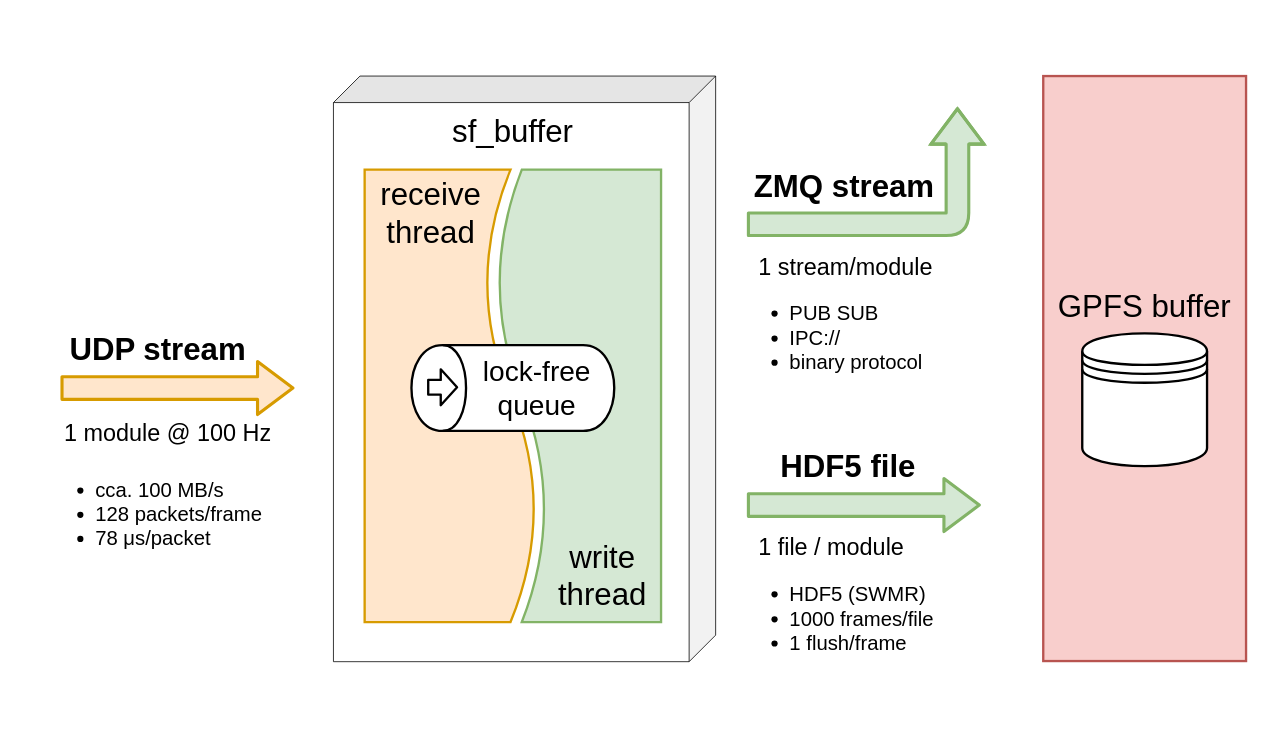
paulscherrerinstitute/sf_daq_buffer keeps this draw.io diagram as page "sf_buffer" (2 of 6) of docs/sf_daq_buffer.drawio. Above is the earlier version. Source tidied: cells renumbered, new cells numbered last; positions are measured from the earlier drawing's top-left corner, leaving out a move shared by most shapes. Both pictures are drawn from the tidied source at 78%, with x=0, y=0 at pixel (13, 13).
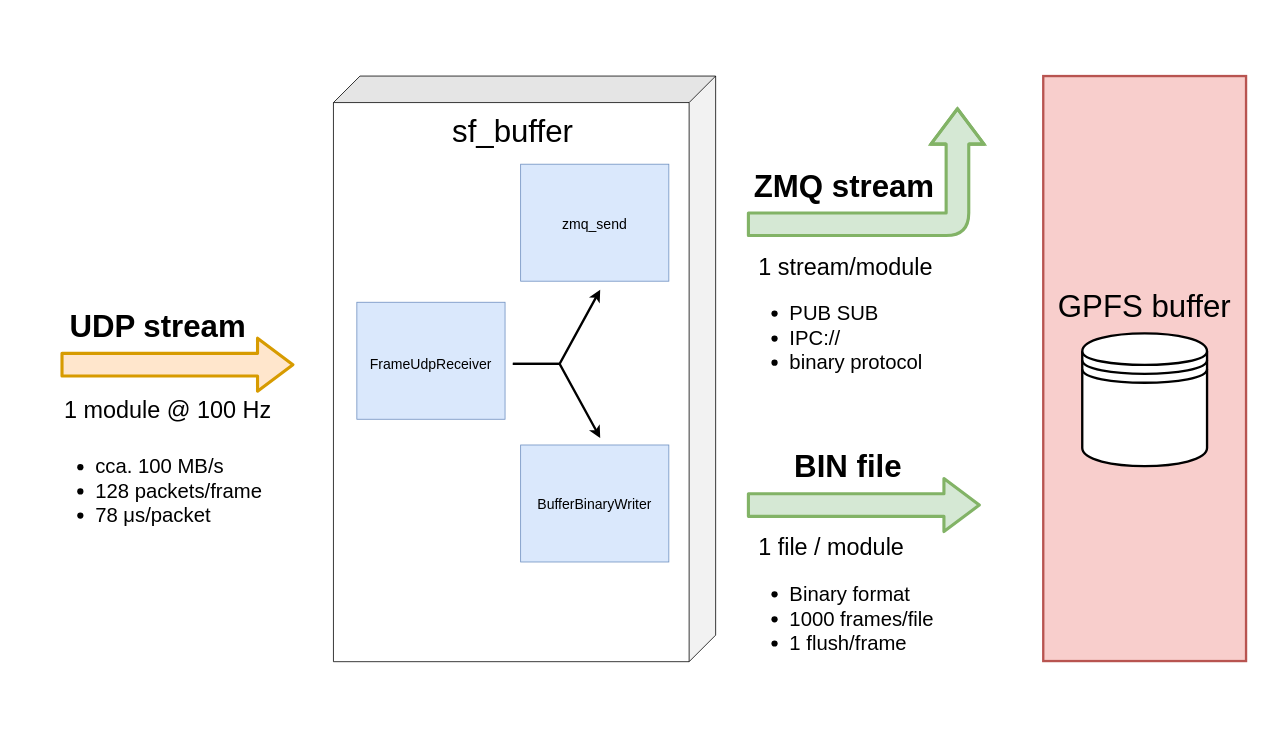
After the change.

Commit message (it also covers changes not shown here):
Update README.md with overview diagram

Unchanged cells that the change refers to:
```xml
<mxCell id="16" style="group;" parent="1" vertex="1">
  <mxGeometry x="940" y="550" width="310" height="300" as="geometry" />
</mxCell>
```

The edit, as a diff of the source:
```diff
@@
-    <mxCell id="4" style="shape=document;whiteSpace=wrap;html=1;boundedLbl=1;strokeWidth=3;fontSize=40;fillColor=#ffe6cc;strokeColor=#d79b00;direction=north;" parent="1" vertex="1">
-      <mxGeometry x="450" y="200" width="220" height="580" as="geometry" />
-    </mxCell>
-    <mxCell id="5" style="shape=document;whiteSpace=wrap;html=1;boundedLbl=1;strokeWidth=3;fontSize=40;rotation=180;fillColor=#d5e8d4;strokeColor=#82b366;direction=north;" parent="1" vertex="1">
-      <mxGeometry x="620" y="200" width="210" height="580" as="geometry" />
-    </mxCell>
@@
     <mxCell id="12" style="group;" parent="1" vertex="1">
-      <mxGeometry x="60" y="400" width="300" height="290" as="geometry" />
+      <mxGeometry x="60" y="370" width="300" height="290" as="geometry" />
     </mxCell>
@@
-    <mxCell id="18" value="HDF5 file" style="text;html=1;strokeColor=none;fillColor=none;align=center;verticalAlign=middle;whiteSpace=wrap;rounded=0;fontSize=40;fontStyle=1;" parent="16" vertex="1">
+    <mxCell id="18" value="BIN file" style="text;html=1;strokeColor=none;fillColor=none;align=center;verticalAlign=middle;whiteSpace=wrap;rounded=0;fontSize=40;fontStyle=1;" parent="16" vertex="1">
       <mxGeometry x="20" y="10" width="220" height="40" as="geometry" />
     </mxCell>
-    <mxCell id="19" value="&lt;h1 style=&quot;font-size: 26px&quot;&gt;&lt;div&gt;&lt;font style=&quot;font-size: 30px ; font-weight: normal&quot;&gt;1 file / module&lt;/font&gt;&lt;/div&gt;&lt;ul&gt;&lt;li&gt;&lt;span style=&quot;font-weight: normal&quot;&gt;HDF5 (SWMR)&lt;/span&gt;&lt;/li&gt;&lt;li&gt;&lt;span style=&quot;font-weight: normal&quot;&gt;1000 frames/file&lt;/span&gt;&lt;/li&gt;&lt;li&gt;&lt;span style=&quot;font-weight: normal&quot;&gt;1 flush/frame&lt;/span&gt;&lt;/li&gt;&lt;/ul&gt;&lt;/h1&gt;" style="text;html=1;strokeColor=none;fillColor=none;spacing=5;spacingTop=-20;whiteSpace=wrap;overflow=hidden;rounded=0;fontSize=40;" parent="16" vertex="1">
+    <mxCell id="19" value="&lt;h1 style=&quot;font-size: 26px&quot;&gt;&lt;div&gt;&lt;font style=&quot;font-size: 30px ; font-weight: normal&quot;&gt;1 file / module&lt;/font&gt;&lt;/div&gt;&lt;ul&gt;&lt;li&gt;&lt;span style=&quot;font-weight: normal&quot;&gt;Binary format&lt;/span&gt;&lt;/li&gt;&lt;li&gt;&lt;span style=&quot;font-weight: normal&quot;&gt;1000 frames/file&lt;/span&gt;&lt;/li&gt;&lt;li&gt;&lt;span style=&quot;font-weight: normal&quot;&gt;1 flush/frame&lt;/span&gt;&lt;/li&gt;&lt;/ul&gt;&lt;/h1&gt;" style="text;html=1;strokeColor=none;fillColor=none;spacing=5;spacingTop=-20;whiteSpace=wrap;overflow=hidden;rounded=0;fontSize=40;" parent="16" vertex="1">
       <mxGeometry x="10" y="110" width="300" height="190" as="geometry" />
     </mxCell>
@@
-    <mxCell id="24" value="receive thread" style="text;html=1;strokeColor=none;fillColor=none;align=center;verticalAlign=middle;whiteSpace=wrap;rounded=0;fontSize=40;rotation=0;" parent="1" vertex="1">
-      <mxGeometry x="460" y="210" width="150" height="90" as="geometry" />
-    </mxCell>
-    <mxCell id="25" value="write thread" style="text;html=1;strokeColor=none;fillColor=none;align=center;verticalAlign=middle;whiteSpace=wrap;rounded=0;fontSize=40;rotation=0;" parent="1" vertex="1">
-      <mxGeometry x="690" y="680" width="130" height="80" as="geometry" />
-    </mxCell>
-    <mxCell id="26" style="group;rotation=-90;" parent="1" vertex="1">
-      <mxGeometry x="585" y="350" width="110" height="260" as="geometry" />
-    </mxCell>
-    <mxCell id="27" style="shape=cylinder;whiteSpace=wrap;html=1;boundedLbl=1;backgroundOutline=1;strokeWidth=3;fontSize=40;direction=east;rotation=-90;" parent="26" vertex="1">
-      <mxGeometry width="110" height="260" as="geometry" />
-    </mxCell>
-    <mxCell id="28" value="lock-free queue" style="text;html=1;strokeColor=none;fillColor=none;align=center;verticalAlign=middle;whiteSpace=wrap;rounded=0;fontSize=36;fontColor=#000000;direction=west;rotation=0;" parent="26" vertex="1">
-      <mxGeometry x="6" y="85" width="160" height="90" as="geometry" />
-    </mxCell>
-    <mxCell id="29" style="shape=flexArrow;endArrow=classic;html=1;strokeWidth=3;fontSize=36;fontColor=#000000;fillColor=#FFFFFF;width=16.774193548387096;endSize=5.979032258064516;endWidth=24.22222222222222;strokeColor=#000000;" parent="26" edge="1">
-      <mxGeometry relative="1" as="geometry">
-        <mxPoint x="-55" y="129" as="sourcePoint" />
-        <mxPoint x="-15" y="129" as="targetPoint" />
-      </mxGeometry>
-    </mxCell>
+    <mxCell id="30" style="rounded=0;whiteSpace=wrap;html=1;fontSize=18;align=left;fillColor=#dae8fc;strokeColor=#6c8ebf;" parent="1" vertex="1">
+      <mxGeometry x="650" y="193" width="190" height="150" as="geometry" />
+    </mxCell>
+    <mxCell id="31" style="rounded=0;whiteSpace=wrap;html=1;fontSize=18;align=left;fillColor=#dae8fc;strokeColor=#6c8ebf;" parent="1" vertex="1">
+      <mxGeometry x="650" y="553" width="190" height="150" as="geometry" />
+    </mxCell>
+    <mxCell id="32" style="rounded=0;whiteSpace=wrap;html=1;fontSize=18;align=left;fillColor=#dae8fc;strokeColor=#6c8ebf;" parent="1" vertex="1">
+      <mxGeometry x="440" y="370" width="190" height="150" as="geometry" />
+    </mxCell>
+    <mxCell id="33" value="&lt;h1 style=&quot;font-size: 18px;&quot;&gt;&lt;span style=&quot;font-size: 18px; font-weight: 400; line-height: 100%;&quot;&gt;FrameUdpReceiver&lt;/span&gt;&lt;/h1&gt;" style="text;html=1;strokeColor=none;fillColor=none;spacing=5;spacingTop=-20;whiteSpace=wrap;overflow=hidden;rounded=0;fontSize=18;fontStyle=0;align=center;verticalAlign=middle;" parent="1" vertex="1">
+      <mxGeometry x="450" y="420" width="170" height="80" as="geometry" />
+    </mxCell>
+    <mxCell id="34" value="&lt;h1 style=&quot;font-size: 18px&quot;&gt;&lt;span style=&quot;font-size: 18px ; font-weight: 400 ; line-height: 100%&quot;&gt;BufferBinaryWriter&lt;/span&gt;&lt;/h1&gt;" style="text;html=1;strokeColor=none;fillColor=none;spacing=5;spacingTop=-20;whiteSpace=wrap;overflow=hidden;rounded=0;fontSize=18;fontStyle=0;align=center;verticalAlign=middle;" parent="1" vertex="1">
+      <mxGeometry x="660" y="600" width="170" height="80" as="geometry" />
+    </mxCell>
+    <mxCell id="35" value="&lt;h1 style=&quot;font-size: 18px&quot;&gt;&lt;span style=&quot;font-weight: 400&quot;&gt;zmq_send&lt;/span&gt;&lt;/h1&gt;" style="text;html=1;strokeColor=none;fillColor=none;spacing=5;spacingTop=-20;whiteSpace=wrap;overflow=hidden;rounded=0;fontSize=18;fontStyle=0;align=center;verticalAlign=middle;" parent="1" vertex="1">
+      <mxGeometry x="660" y="240" width="170" height="80" as="geometry" />
+    </mxCell>
+    <mxCell id="36" style="group;" parent="1" vertex="1">
+      <mxGeometry x="700" y="449" as="geometry" />
+    </mxCell>
+    <mxCell id="37" style="group;" parent="36" vertex="1">
+      <mxGeometry as="geometry" />
+    </mxCell>
+    <mxCell id="38" style="endArrow=classic;html=1;fontSize=18;exitX=1.011;exitY=0.52;exitDx=0;exitDy=0;exitPerimeter=0;rounded=0;endFill=1;strokeWidth=3;" parent="37" edge="1">
+      <mxGeometry relative="1" as="geometry">
+        <mxPoint x="-60" as="sourcePoint" />
+        <mxPoint x="52" y="-95" as="targetPoint" />
+        <Array as="points">
+          <mxPoint />
+        </Array>
+      </mxGeometry>
+    </mxCell>
+    <mxCell id="39" style="endArrow=classic;html=1;fontSize=18;rounded=0;endFill=1;strokeWidth=3;" parent="37" edge="1">
+      <mxGeometry relative="1" as="geometry">
+        <mxPoint x="-60" as="sourcePoint" />
+        <mxPoint x="52" y="95" as="targetPoint" />
+        <Array as="points">
+          <mxPoint />
+        </Array>
+      </mxGeometry>
+    </mxCell>
```
